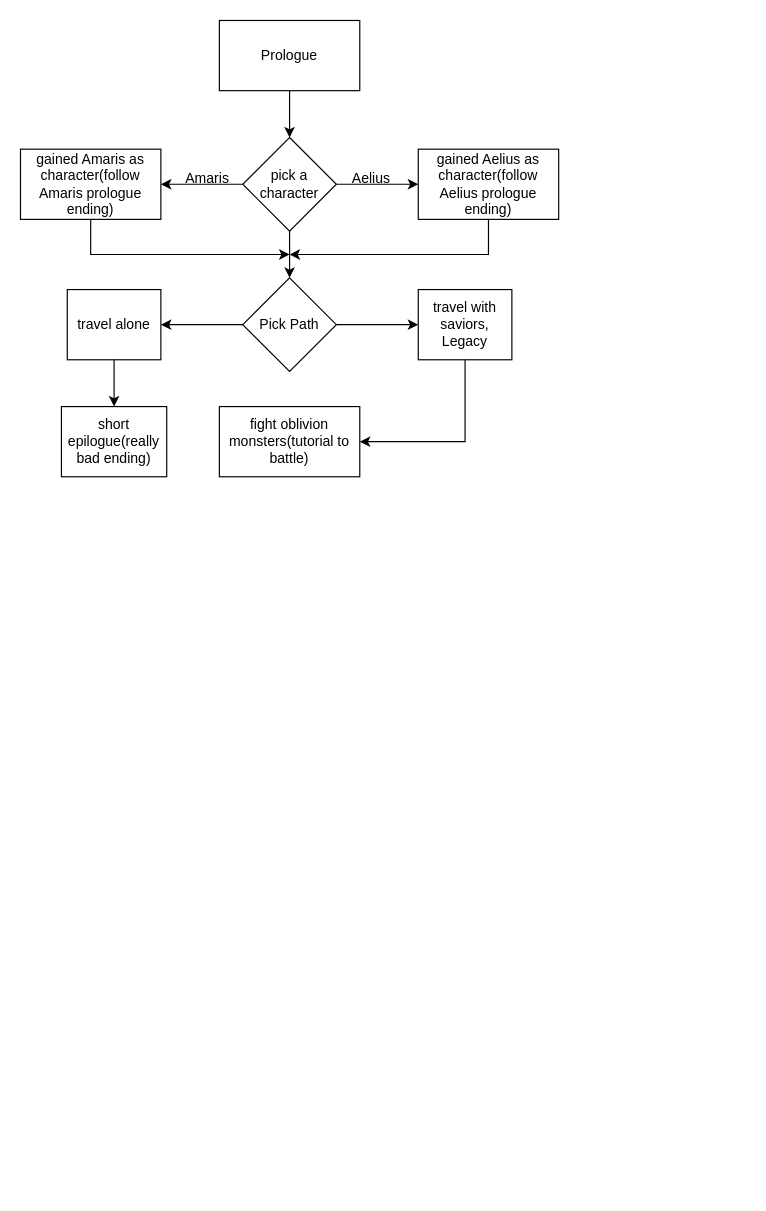
The draw.io diagram Untitled Diagram.drawio in staten-island-tech/object-oriented-adventures-luna, before the edit. Source tidied: cells renumbered, new cells numbered last; positions are measured from the earlier drawing's top-left corner, leaving out a move shared by most shapes. Both pictures are drawn from the tidied source at 117%, with x=0, y=0 at pixel (20, 20).
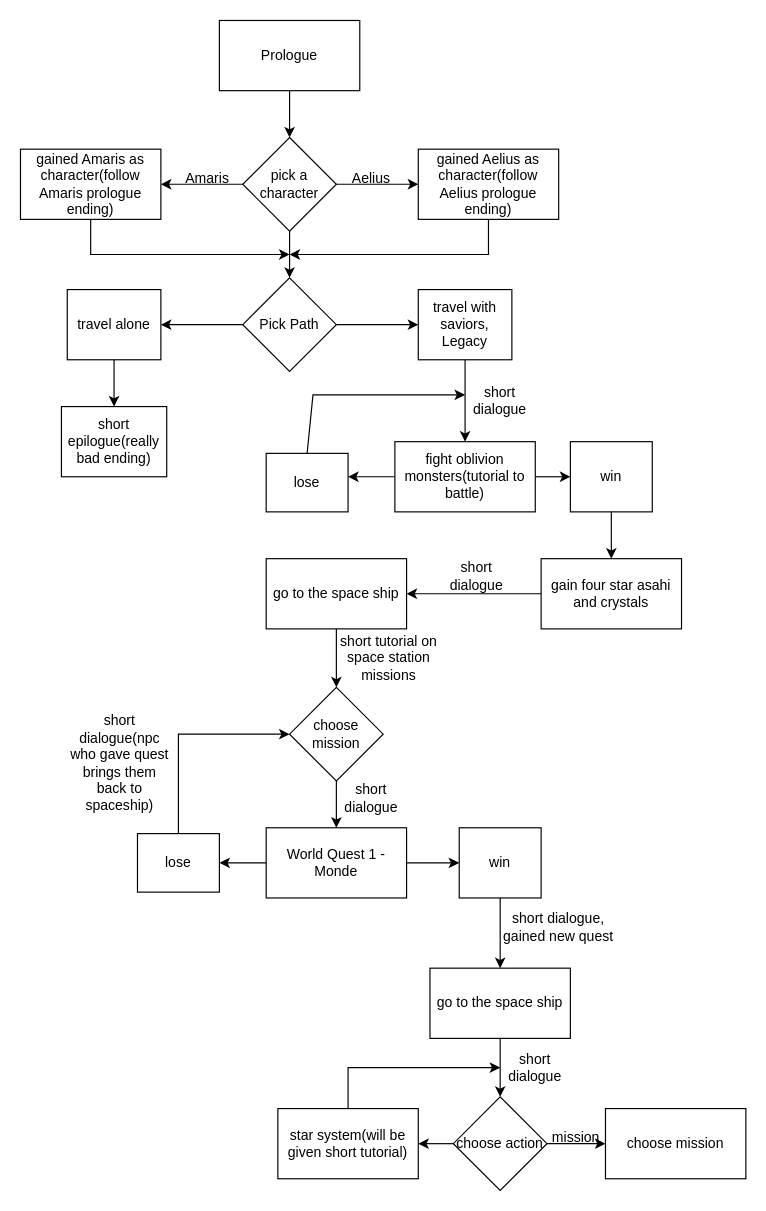
Above is the later version.

The change refers to these unchanged cells:
```xml
<mxCell id="20" value="travel with saviors, Legacy" style="rounded=0;whiteSpace=wrap;html=1;" parent="1" vertex="1">
  <mxGeometry x="340" y="230" width="80" height="60" as="geometry" />
</mxCell>
```

Diff of the diagram source:
```diff
@@
+    <mxCell id="23" style="edgeStyle=orthogonalEdgeStyle;rounded=0;jettySize=auto;html=1;exitX=0;exitY=0.5;exitDx=0;exitDy=0;" parent="1" edge="1" source="21">
+      <mxGeometry relative="1" as="geometry">
+        <mxPoint x="280" y="390" as="targetPoint" />
+      </mxGeometry>
+    </mxCell>
+    <mxCell id="24" style="edgeStyle=orthogonalEdgeStyle;rounded=0;jettySize=auto;html=1;exitX=1;exitY=0.5;exitDx=0;exitDy=0;" parent="1" edge="1" source="21">
+      <mxGeometry relative="1" as="geometry">
+        <mxPoint x="470" y="390" as="targetPoint" />
+      </mxGeometry>
+    </mxCell>
     <mxCell id="21" value="fight oblivion monsters(tutorial to battle)" style="rounded=0;whiteSpace=wrap;html=1;" parent="1" vertex="1">
-      <mxGeometry x="170" y="330" width="120" height="60" as="geometry" />
+      <mxGeometry x="320" y="360" width="120" height="60" as="geometry" />
     </mxCell>
-    <mxCell id="22" style="endArrow=classic;html=1;rounded=0;exitX=0.5;exitY=1;exitDx=0;exitDy=0;entryX=1;entryY=0.5;entryDx=0;entryDy=0;" parent="1" edge="1" source="20" target="21">
+    <mxCell id="22" style="endArrow=classic;html=1;rounded=0;exitX=0.5;exitY=1;exitDx=0;exitDy=0;entryX=0.5;entryY=0;entryDx=0;entryDy=0;" parent="1" edge="1" source="20" target="21">
       <mxGeometry relative="1" as="geometry">
         <Array as="points">
-          <mxPoint x="380" y="360" />
+          <mxPoint x="380" y="330" />
         </Array>
       </mxGeometry>
     </mxCell>
+    <mxCell id="25" value="lose" style="rounded=0;whiteSpace=wrap;html=1;" parent="1" vertex="1">
+      <mxGeometry x="210" y="370" width="70" height="50" as="geometry" />
+    </mxCell>
+    <mxCell id="26" style="endArrow=classic;html=1;rounded=0;exitX=0.5;exitY=0;exitDx=0;exitDy=0;" parent="1" edge="1" source="25">
+      <mxGeometry relative="1" as="geometry">
+        <mxPoint x="380" y="320" as="targetPoint" />
+        <Array as="points">
+          <mxPoint x="250" y="320" />
+        </Array>
+      </mxGeometry>
+    </mxCell>
+    <mxCell id="27" value="win" style="rounded=0;whiteSpace=wrap;html=1;" parent="1" vertex="1">
+      <mxGeometry x="470" y="360" width="70" height="60" as="geometry" />
+    </mxCell>
+    <mxCell id="28" style="endArrow=classic;html=1;rounded=0;exitX=0.5;exitY=1;exitDx=0;exitDy=0;" parent="1" edge="1" source="27">
+      <mxGeometry relative="1" as="geometry">
+        <mxPoint x="505" y="460" as="targetPoint" />
+      </mxGeometry>
+    </mxCell>
+    <mxCell id="29" style="edgeStyle=orthogonalEdgeStyle;rounded=0;jettySize=auto;html=1;" parent="1" edge="1" source="30" target="31">
+      <mxGeometry relative="1" as="geometry" />
+    </mxCell>
+    <mxCell id="30" value="gain four star asahi and crystals" style="rounded=0;whiteSpace=wrap;html=1;" parent="1" vertex="1">
+      <mxGeometry x="445" y="460" width="120" height="60" as="geometry" />
+    </mxCell>
+    <mxCell id="31" value="go to the space ship" style="rounded=0;whiteSpace=wrap;html=1;" parent="1" vertex="1">
+      <mxGeometry x="210" y="460" width="120" height="60" as="geometry" />
+    </mxCell>
+    <mxCell id="32" value="short dialogue" style="text;html=1;align=center;verticalAlign=middle;whiteSpace=wrap;rounded=0;" parent="1" vertex="1">
+      <mxGeometry x="360" y="460" width="60" height="30" as="geometry" />
+    </mxCell>
+    <mxCell id="33" value="short dialogue" style="text;html=1;align=center;verticalAlign=middle;whiteSpace=wrap;rounded=0;" parent="1" vertex="1">
+      <mxGeometry x="380" y="310" width="60" height="30" as="geometry" />
+    </mxCell>
+    <mxCell id="34" style="endArrow=classic;html=1;rounded=0;exitX=0.5;exitY=1;exitDx=0;exitDy=0;" parent="1" edge="1" source="31">
+      <mxGeometry relative="1" as="geometry">
+        <mxPoint x="270" y="570" as="targetPoint" />
+      </mxGeometry>
+    </mxCell>
+    <mxCell id="35" style="edgeStyle=orthogonalEdgeStyle;rounded=0;jettySize=auto;html=1;exitX=0.5;exitY=1;exitDx=0;exitDy=0;entryX=0.5;entryY=0;entryDx=0;entryDy=0;" parent="1" edge="1" source="36" target="39">
+      <mxGeometry relative="1" as="geometry" />
+    </mxCell>
+    <mxCell id="36" value="choose mission" style="rhombus;whiteSpace=wrap;html=1;" parent="1" vertex="1">
+      <mxGeometry x="230" y="570" width="80" height="80" as="geometry" />
+    </mxCell>
+    <mxCell id="37" value="short tutorial on space station missions" style="text;html=1;align=center;verticalAlign=middle;whiteSpace=wrap;rounded=0;" parent="1" vertex="1">
+      <mxGeometry x="260" y="530" width="110" height="30" as="geometry" />
+    </mxCell>
+    <mxCell id="38" style="edgeStyle=orthogonalEdgeStyle;rounded=0;jettySize=auto;html=1;exitX=1;exitY=0.5;exitDx=0;exitDy=0;entryX=0;entryY=0.5;entryDx=0;entryDy=0;" parent="1" edge="1" source="39" target="44">
+      <mxGeometry relative="1" as="geometry" />
+    </mxCell>
+    <mxCell id="39" value="World Quest 1 - Monde" style="rounded=0;whiteSpace=wrap;html=1;" parent="1" vertex="1">
+      <mxGeometry x="210" y="690" width="120" height="60" as="geometry" />
+    </mxCell>
+    <mxCell id="40" value="lose" style="rounded=0;whiteSpace=wrap;html=1;" parent="1" vertex="1">
+      <mxGeometry x="100" y="695" width="70" height="50" as="geometry" />
+    </mxCell>
+    <mxCell id="41" style="endArrow=classic;html=1;rounded=0;exitX=0;exitY=0.5;exitDx=0;exitDy=0;entryX=1;entryY=0.5;entryDx=0;entryDy=0;" parent="1" edge="1" source="39" target="40">
+      <mxGeometry relative="1" as="geometry" />
+    </mxCell>
+    <mxCell id="42" style="endArrow=classic;html=1;rounded=0;exitX=0.5;exitY=0;exitDx=0;exitDy=0;" parent="1" edge="1" source="40" target="36">
+      <mxGeometry relative="1" as="geometry">
+        <Array as="points">
+          <mxPoint x="135" y="610" />
+        </Array>
+      </mxGeometry>
+    </mxCell>
+    <mxCell id="43" value="short dialogue(npc who gave quest brings them back to spaceship)" style="text;html=1;align=center;verticalAlign=middle;whiteSpace=wrap;rounded=0;" parent="1" vertex="1">
+      <mxGeometry x="40" y="620" width="90" height="30" as="geometry" />
+    </mxCell>
+    <mxCell id="44" value="win" style="rounded=0;whiteSpace=wrap;html=1;" parent="1" vertex="1">
+      <mxGeometry x="375" y="690" width="70" height="60" as="geometry" />
+    </mxCell>
+    <mxCell id="45" style="edgeStyle=orthogonalEdgeStyle;rounded=0;jettySize=auto;html=1;exitX=0.5;exitY=1;exitDx=0;exitDy=0;" parent="1" edge="1" source="46">
+      <mxGeometry relative="1" as="geometry">
+        <mxPoint x="410" y="920" as="targetPoint" />
+      </mxGeometry>
+    </mxCell>
+    <mxCell id="46" value="go to the space ship" style="rounded=0;whiteSpace=wrap;html=1;" parent="1" vertex="1">
+      <mxGeometry x="350" y="810" width="120" height="60" as="geometry" />
+    </mxCell>
+    <mxCell id="47" style="endArrow=classic;html=1;rounded=0;exitX=0.5;exitY=1;exitDx=0;exitDy=0;entryX=0.5;entryY=0;entryDx=0;entryDy=0;" parent="1" edge="1" source="44" target="46">
+      <mxGeometry relative="1" as="geometry" />
+    </mxCell>
+    <mxCell id="48" value="short dialogue, gained new quest" style="text;html=1;align=center;verticalAlign=middle;whiteSpace=wrap;rounded=0;" parent="1" vertex="1">
+      <mxGeometry x="410" y="760" width="100" height="30" as="geometry" />
+    </mxCell>
+    <mxCell id="49" style="edgeStyle=orthogonalEdgeStyle;rounded=0;jettySize=auto;html=1;exitX=0;exitY=0.5;exitDx=0;exitDy=0;" parent="1" edge="1" source="51">
+      <mxGeometry relative="1" as="geometry">
+        <mxPoint x="340" y="960" as="targetPoint" />
+      </mxGeometry>
+    </mxCell>
+    <mxCell id="50" style="edgeStyle=orthogonalEdgeStyle;rounded=0;jettySize=auto;html=1;exitX=1;exitY=0.5;exitDx=0;exitDy=0;entryX=0;entryY=0.5;entryDx=0;entryDy=0;" parent="1" edge="1" source="51" target="56">
+      <mxGeometry relative="1" as="geometry" />
+    </mxCell>
+    <mxCell id="51" value="choose action" style="rhombus;whiteSpace=wrap;html=1;" parent="1" vertex="1">
+      <mxGeometry x="370" y="920" width="80" height="80" as="geometry" />
+    </mxCell>
+    <mxCell id="52" value="short dialogue" style="text;html=1;align=center;verticalAlign=middle;whiteSpace=wrap;rounded=0;" parent="1" vertex="1">
+      <mxGeometry x="270" y="650" width="60" height="30" as="geometry" />
+    </mxCell>
+    <mxCell id="53" value="short dialogue" style="text;html=1;align=center;verticalAlign=middle;whiteSpace=wrap;rounded=0;" parent="1" vertex="1">
+      <mxGeometry x="410" y="880" width="60" height="30" as="geometry" />
+    </mxCell>
+    <mxCell id="54" value="star system(will be given short tutorial)" style="rounded=0;whiteSpace=wrap;html=1;" parent="1" vertex="1">
+      <mxGeometry x="220" y="930" width="120" height="60" as="geometry" />
+    </mxCell>
+    <mxCell id="55" style="endArrow=classic;html=1;rounded=0;exitX=0.5;exitY=0;exitDx=0;exitDy=0;entryX=0;entryY=0.5;entryDx=0;entryDy=0;" parent="1" edge="1" source="54" target="53">
+      <mxGeometry relative="1" as="geometry">
+        <Array as="points">
+          <mxPoint x="280" y="895" />
+        </Array>
+      </mxGeometry>
+    </mxCell>
+    <mxCell id="56" value="choose mission" style="rounded=0;whiteSpace=wrap;html=1;" parent="1" vertex="1">
+      <mxGeometry x="500" y="930" width="120" height="60" as="geometry" />
+    </mxCell>
+    <mxCell id="57" value="mission" style="text;html=1;align=center;verticalAlign=middle;whiteSpace=wrap;rounded=0;" parent="1" vertex="1">
+      <mxGeometry x="445" y="940" width="60" height="30" as="geometry" />
+    </mxCell>
```
